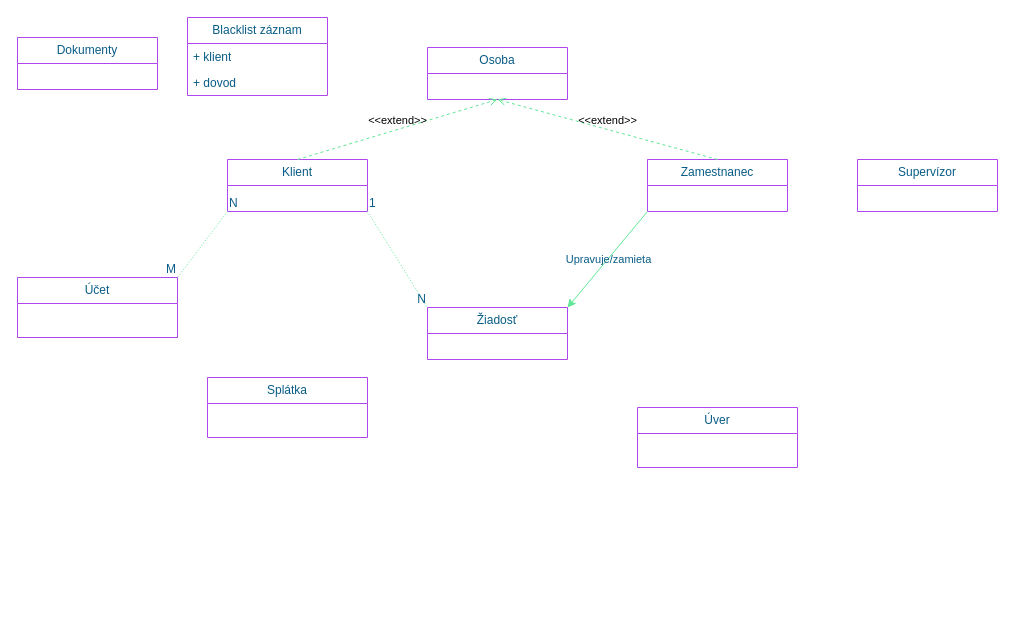
This is UML/ClassDiagram.drawio from KubkoFrano/VyvojVelkychAplikacii, a draw.io file, before an edit. Source tidied: cells renumbered, new cells numbered last; positions are measured from the earlier drawing's top-left corner, leaving out a move shared by most shapes. Both pictures are drawn from the tidied source at 100%, with x=0, y=0 at pixel (17, 17).
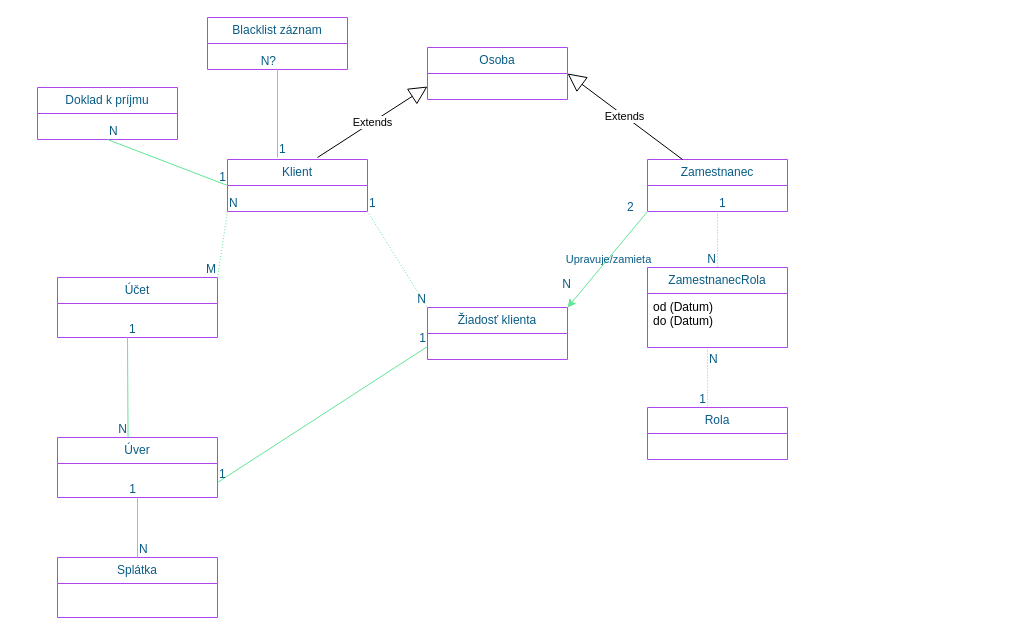
The same page after the edit.

The change refers to these unchanged cells:
```xml
<mxCell id="2" value="Klient" style="swimlane;fontStyle=0;horizontal=1;startSize=26;fillColor=none;whiteSpace=wrap;html=1;labelBackgroundColor=none;strokeColor=#AF45ED;fontColor=#095C86;" parent="1" vertex="1">
  <mxGeometry x="210" y="142" width="140" height="52" as="geometry" />
</mxCell>
<mxCell id="8" value="Zamestnanec" style="swimlane;fontStyle=0;horizontal=1;startSize=26;fillColor=none;whiteSpace=wrap;html=1;labelBackgroundColor=none;strokeColor=#AF45ED;fontColor=#095C86;" parent="1" vertex="1">
  <mxGeometry x="630" y="142" width="140" height="52" as="geometry" />
</mxCell>
<mxCell id="9" value="Osoba" style="swimlane;fontStyle=0;horizontal=1;startSize=26;fillColor=none;whiteSpace=wrap;html=1;labelBackgroundColor=none;strokeColor=#AF45ED;fontColor=#095C86;" parent="1" vertex="1">
  <mxGeometry x="410" y="30" width="140" height="52" as="geometry" />
</mxCell>
```

The edit, as a diff of the source:
```diff
@@
-    <mxCell id="3" value="Žiadosť" style="swimlane;fontStyle=0;horizontal=1;startSize=26;fillColor=none;whiteSpace=wrap;html=1;labelBackgroundColor=none;strokeColor=#AF45ED;fontColor=#095C86;" parent="1" vertex="1">
+    <mxCell id="3" value="Žiadosť klienta" style="swimlane;fontStyle=0;horizontal=1;startSize=26;fillColor=none;whiteSpace=wrap;html=1;labelBackgroundColor=none;strokeColor=#AF45ED;fontColor=#095C86;" parent="1" vertex="1">
       <mxGeometry x="410" y="290" width="140" height="52" as="geometry" />
     </mxCell>
-    <mxCell id="4" value="Dokumenty" style="swimlane;fontStyle=0;horizontal=1;startSize=26;fillColor=none;whiteSpace=wrap;html=1;labelBackgroundColor=none;strokeColor=#AF45ED;fontColor=#095C86;" parent="1" vertex="1">
-      <mxGeometry y="20" width="140" height="52" as="geometry" />
+    <mxCell id="4" value="Doklad k príjmu" style="swimlane;fontStyle=0;horizontal=1;startSize=26;fillColor=none;whiteSpace=wrap;html=1;labelBackgroundColor=none;strokeColor=#AF45ED;fontColor=#095C86;" parent="1" vertex="1">
+      <mxGeometry x="20" y="70" width="140" height="52" as="geometry" />
     </mxCell>
     <mxCell id="5" value="Blacklist záznam" style="swimlane;fontStyle=0;horizontal=1;startSize=26;fillColor=none;whiteSpace=wrap;html=1;labelBackgroundColor=none;strokeColor=#AF45ED;fontColor=#095C86;" parent="1" vertex="1">
-      <mxGeometry x="170" width="140" height="78" as="geometry" />
+      <mxGeometry x="190" width="140" height="52" as="geometry" />
     </mxCell>
-    <mxCell id="6" value="+ klient" style="text;strokeColor=none;fillColor=none;align=left;verticalAlign=top;spacingLeft=4;spacingRight=4;overflow=hidden;whiteSpace=wrap;html=1;labelBackgroundColor=none;fontColor=#095C86;" parent="5" vertex="1">
-      <mxGeometry y="26" width="140" height="26" as="geometry" />
-    </mxCell>
-    <mxCell id="7" value="+ dovod" style="text;strokeColor=none;fillColor=none;align=left;verticalAlign=top;spacingLeft=4;spacingRight=4;overflow=hidden;whiteSpace=wrap;html=1;labelBackgroundColor=none;fontColor=#095C86;" parent="5" vertex="1">
-      <mxGeometry y="52" width="140" height="26" as="geometry" />
-    </mxCell>
@@
-    <mxCell id="10" value="&amp;lt;&amp;lt;extend&amp;gt;&amp;gt;" style="html=1;verticalAlign=bottom;labelBackgroundColor=none;endArrow=open;endFill=0;dashed=1;rounded=0;exitX=0.5;exitY=0;exitDx=0;exitDy=0;entryX=0.5;entryY=1;entryDx=0;entryDy=0;strokeColor=#60E696;fontColor=default;" parent="1" edge="1" source="2" target="9">
-      <mxGeometry relative="1" as="geometry" />
-    </mxCell>
-    <mxCell id="11" value="&amp;lt;&amp;lt;extend&amp;gt;&amp;gt;" style="html=1;verticalAlign=bottom;labelBackgroundColor=none;endArrow=open;endFill=0;dashed=1;rounded=0;exitX=0.5;exitY=0;exitDx=0;exitDy=0;strokeColor=#60E696;fontColor=default;" parent="1" edge="1" source="8">
-      <mxGeometry relative="1" as="geometry">
-        <mxPoint x="480" y="82" as="targetPoint" />
-      </mxGeometry>
-    </mxCell>
@@
     <mxCell id="17" value="Účet" style="swimlane;fontStyle=0;horizontal=1;startSize=26;fillColor=none;whiteSpace=wrap;html=1;labelBackgroundColor=none;strokeColor=#AF45ED;fontColor=#095C86;" parent="1" vertex="1">
-      <mxGeometry y="260" width="160" height="60" as="geometry" />
+      <mxGeometry x="40" y="260" width="160" height="60" as="geometry" />
     </mxCell>
@@
     <mxCell id="21" value="Splátka" style="swimlane;fontStyle=0;horizontal=1;startSize=26;fillColor=none;whiteSpace=wrap;html=1;labelBackgroundColor=none;strokeColor=#AF45ED;fontColor=#095C86;" parent="1" vertex="1">
-      <mxGeometry x="190" y="360" width="160" height="60" as="geometry" />
+      <mxGeometry x="40" y="540" width="160" height="60" as="geometry" />
     </mxCell>
     <mxCell id="22" value="Úver" style="swimlane;fontStyle=0;horizontal=1;startSize=26;fillColor=none;whiteSpace=wrap;html=1;labelBackgroundColor=none;strokeColor=#AF45ED;fontColor=#095C86;" parent="1" vertex="1">
-      <mxGeometry x="620" y="390" width="160" height="60" as="geometry" />
+      <mxGeometry x="40" y="420" width="160" height="60" as="geometry" />
     </mxCell>
-    <mxCell id="23" value="Supervízor" style="swimlane;fontStyle=0;horizontal=1;startSize=26;fillColor=none;whiteSpace=wrap;html=1;swimlaneLine=1;glass=0;shadow=0;rounded=0;labelBackgroundColor=none;strokeColor=#AF45ED;fontColor=#095C86;" parent="1" vertex="1">
-      <mxGeometry x="840" y="142" width="140" height="52" as="geometry" />
-    </mxCell>
+    <mxCell id="24" value="Extends" style="endArrow=block;endSize=16;endFill=0;html=1;rounded=0;entryX=0;entryY=0.75;entryDx=0;entryDy=0;" parent="1" edge="1" target="9">
+      <mxGeometry relative="1" as="geometry">
+        <mxPoint x="300" y="140" as="sourcePoint" />
+      </mxGeometry>
+    </mxCell>
+    <mxCell id="25" value="Extends" style="endArrow=block;endSize=16;endFill=0;html=1;rounded=0;entryX=1;entryY=0.5;entryDx=0;entryDy=0;exitX=0.25;exitY=0;exitDx=0;exitDy=0;" parent="1" edge="1" source="8" target="9">
+      <mxGeometry relative="1" as="geometry" />
+    </mxCell>
+    <mxCell id="26" value="ZamestnanecRola" style="swimlane;fontStyle=0;horizontal=1;startSize=26;fillColor=none;whiteSpace=wrap;html=1;labelBackgroundColor=none;strokeColor=#AF45ED;fontColor=#095C86;" parent="1" vertex="1">
+      <mxGeometry x="630" y="250" width="140" height="80" as="geometry" />
+    </mxCell>
+    <mxCell id="27" value="&lt;div&gt;od (Datum)&lt;/div&gt;&lt;div&gt;do (Datum)&lt;/div&gt;" style="text;strokeColor=none;fillColor=none;align=left;verticalAlign=top;spacingLeft=4;spacingRight=4;overflow=hidden;whiteSpace=wrap;html=1;" parent="26" vertex="1">
+      <mxGeometry y="26" width="140" height="54" as="geometry" />
+    </mxCell>
+    <mxCell id="28" value="Rola" style="swimlane;fontStyle=0;horizontal=1;startSize=26;fillColor=none;whiteSpace=wrap;html=1;labelBackgroundColor=none;strokeColor=#AF45ED;fontColor=#095C86;" parent="1" vertex="1">
+      <mxGeometry x="630" y="390" width="140" height="52" as="geometry" />
+    </mxCell>
+    <mxCell id="29" style="endArrow=none;html=1;rounded=0;dashed=1;dashPattern=1 2;labelBackgroundColor=none;strokeColor=#60E696;fontColor=default;entryX=0.429;entryY=0;entryDx=0;entryDy=0;entryPerimeter=0;" parent="1" edge="1" target="28">
+      <mxGeometry relative="1" as="geometry">
+        <mxPoint x="690" y="330" as="sourcePoint" />
+      </mxGeometry>
+    </mxCell>
+    <mxCell id="30" value="N" style="html=1;whiteSpace=wrap;align=left;verticalAlign=bottom;labelBackgroundColor=none;fillColor=#F694C1;strokeColor=#AF45ED;fontColor=#095C86;" parent="29" vertex="1">
+      <mxGeometry x="-1" relative="1" as="geometry">
+        <mxPoint y="20" as="offset" />
+      </mxGeometry>
+    </mxCell>
+    <mxCell id="31" value="1" style="html=1;whiteSpace=wrap;align=right;verticalAlign=bottom;labelBackgroundColor=none;fillColor=#F694C1;strokeColor=#AF45ED;fontColor=#095C86;" parent="29" vertex="1">
+      <mxGeometry x="1" relative="1" as="geometry" />
+    </mxCell>
+    <mxCell id="32" style="endArrow=none;html=1;rounded=0;dashed=1;dashPattern=1 2;exitX=0.5;exitY=1;exitDx=0;exitDy=0;labelBackgroundColor=none;strokeColor=#60E696;fontColor=default;entryX=0.5;entryY=0;entryDx=0;entryDy=0;" parent="1" edge="1" source="8" target="26">
+      <mxGeometry relative="1" as="geometry" />
+    </mxCell>
+    <mxCell id="33" value="1" style="html=1;whiteSpace=wrap;align=left;verticalAlign=bottom;labelBackgroundColor=none;fillColor=#F694C1;strokeColor=#AF45ED;fontColor=#095C86;" parent="32" vertex="1">
+      <mxGeometry x="-1" relative="1" as="geometry" />
+    </mxCell>
+    <mxCell id="34" value="N" style="html=1;whiteSpace=wrap;align=right;verticalAlign=bottom;labelBackgroundColor=none;fillColor=#F694C1;strokeColor=#AF45ED;fontColor=#095C86;" parent="32" vertex="1">
+      <mxGeometry x="1" relative="1" as="geometry" />
+    </mxCell>
+    <mxCell id="35" value="2" style="html=1;whiteSpace=wrap;align=left;verticalAlign=bottom;labelBackgroundColor=none;fillColor=#F694C1;strokeColor=#AF45ED;fontColor=#095C86;" parent="1" vertex="1">
+      <mxGeometry x="610" y="194" as="geometry">
+        <mxPoint x="-2" y="4" as="offset" />
+      </mxGeometry>
+    </mxCell>
+    <mxCell id="36" value="N" style="html=1;whiteSpace=wrap;align=right;verticalAlign=bottom;labelBackgroundColor=none;fillColor=#F694C1;strokeColor=#AF45ED;fontColor=#095C86;" parent="1" vertex="1">
+      <mxGeometry x="510" y="250" as="geometry">
+        <mxPoint x="45" y="25" as="offset" />
+      </mxGeometry>
+    </mxCell>
+    <mxCell id="37" style="endArrow=none;html=1;rounded=0;entryX=0;entryY=0.5;entryDx=0;entryDy=0;exitX=0.5;exitY=1;exitDx=0;exitDy=0;labelBackgroundColor=none;strokeColor=#60E696;fontColor=default;" parent="1" edge="1" source="4" target="2">
+      <mxGeometry relative="1" as="geometry" />
+    </mxCell>
+    <mxCell id="38" value="N" style="html=1;whiteSpace=wrap;align=left;verticalAlign=bottom;labelBackgroundColor=none;fillColor=#F694C1;strokeColor=#AF45ED;fontColor=#095C86;" parent="37" vertex="1">
+      <mxGeometry x="-1" relative="1" as="geometry" />
+    </mxCell>
+    <mxCell id="39" value="1" style="html=1;whiteSpace=wrap;align=right;verticalAlign=bottom;labelBackgroundColor=none;fillColor=#F694C1;strokeColor=#AF45ED;fontColor=#095C86;" parent="37" vertex="1">
+      <mxGeometry x="1" relative="1" as="geometry" />
+    </mxCell>
+    <mxCell id="40" style="endArrow=none;html=1;rounded=0;entryX=0.441;entryY=0;entryDx=0;entryDy=0;labelBackgroundColor=none;strokeColor=#60E696;fontColor=default;entryPerimeter=0;" parent="1" edge="1" target="22">
+      <mxGeometry relative="1" as="geometry">
+        <mxPoint x="110" y="320" as="sourcePoint" />
+      </mxGeometry>
+    </mxCell>
+    <mxCell id="41" value="1" style="html=1;whiteSpace=wrap;align=left;verticalAlign=bottom;labelBackgroundColor=none;fillColor=#F694C1;strokeColor=#AF45ED;fontColor=#095C86;" parent="40" vertex="1">
+      <mxGeometry x="-1" relative="1" as="geometry" />
+    </mxCell>
+    <mxCell id="42" value="N" style="html=1;whiteSpace=wrap;align=right;verticalAlign=bottom;labelBackgroundColor=none;fillColor=#F694C1;strokeColor=#AF45ED;fontColor=#095C86;" parent="40" vertex="1">
+      <mxGeometry x="1" relative="1" as="geometry" />
+    </mxCell>
+    <mxCell id="43" style="endArrow=none;html=1;rounded=0;entryX=0;entryY=0.75;entryDx=0;entryDy=0;exitX=1;exitY=0.75;exitDx=0;exitDy=0;labelBackgroundColor=none;strokeColor=#60E696;fontColor=default;" parent="1" edge="1" source="22" target="3">
+      <mxGeometry relative="1" as="geometry" />
+    </mxCell>
+    <mxCell id="44" value="1" style="html=1;whiteSpace=wrap;align=left;verticalAlign=bottom;labelBackgroundColor=none;fillColor=#F694C1;strokeColor=#AF45ED;fontColor=#095C86;" parent="43" vertex="1">
+      <mxGeometry x="-1" relative="1" as="geometry" />
+    </mxCell>
+    <mxCell id="45" value="1" style="html=1;whiteSpace=wrap;align=right;verticalAlign=bottom;labelBackgroundColor=none;fillColor=#F694C1;strokeColor=#AF45ED;fontColor=#095C86;" parent="43" vertex="1">
+      <mxGeometry x="1" relative="1" as="geometry" />
+    </mxCell>
+    <mxCell id="46" style="endArrow=none;html=1;rounded=0;entryX=0.5;entryY=1;entryDx=0;entryDy=0;exitX=0.5;exitY=0;exitDx=0;exitDy=0;labelBackgroundColor=none;strokeColor=#60E696;fontColor=default;" parent="1" edge="1" source="21" target="22">
+      <mxGeometry relative="1" as="geometry" />
+    </mxCell>
+    <mxCell id="47" value="N" style="html=1;whiteSpace=wrap;align=left;verticalAlign=bottom;labelBackgroundColor=none;fillColor=#F694C1;strokeColor=#AF45ED;fontColor=#095C86;" parent="46" vertex="1">
+      <mxGeometry x="-1" relative="1" as="geometry" />
+    </mxCell>
+    <mxCell id="48" value="1" style="html=1;whiteSpace=wrap;align=right;verticalAlign=bottom;labelBackgroundColor=none;fillColor=#F694C1;strokeColor=#AF45ED;fontColor=#095C86;" parent="46" vertex="1">
+      <mxGeometry x="1" relative="1" as="geometry" />
+    </mxCell>
+    <mxCell id="49" style="endArrow=none;html=1;rounded=0;entryX=0.5;entryY=1;entryDx=0;entryDy=0;labelBackgroundColor=none;strokeColor=#60E696;fontColor=default;" parent="1" edge="1" target="5">
+      <mxGeometry relative="1" as="geometry">
+        <mxPoint x="260" y="140" as="sourcePoint" />
+      </mxGeometry>
+    </mxCell>
+    <mxCell id="50" value="1" style="html=1;whiteSpace=wrap;align=left;verticalAlign=bottom;labelBackgroundColor=none;fillColor=#F694C1;strokeColor=#AF45ED;fontColor=#095C86;" parent="49" vertex="1">
+      <mxGeometry x="-1" relative="1" as="geometry" />
+    </mxCell>
+    <mxCell id="51" value="N?" style="html=1;whiteSpace=wrap;align=right;verticalAlign=bottom;labelBackgroundColor=none;fillColor=#F694C1;strokeColor=#AF45ED;fontColor=#095C86;" parent="49" vertex="1">
+      <mxGeometry x="1" relative="1" as="geometry" />
+    </mxCell>
```
